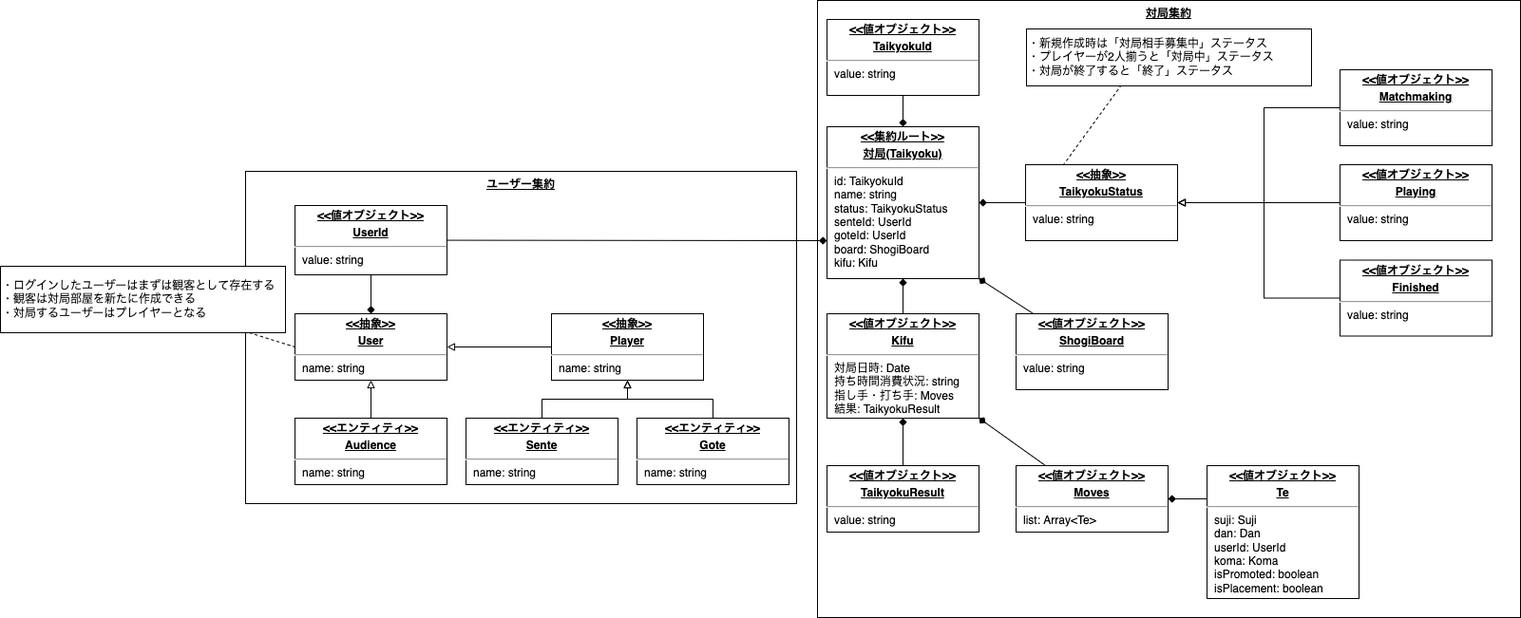
Before: doc/ドメインモデル図.drawio.png, a diagram exported from draw.io (naohiro-kumagai/shogi). Source tidied: cells renumbered, new cells last; positions are measured from the earlier drawing's top-left corner, leaving out a move shared by most shapes.
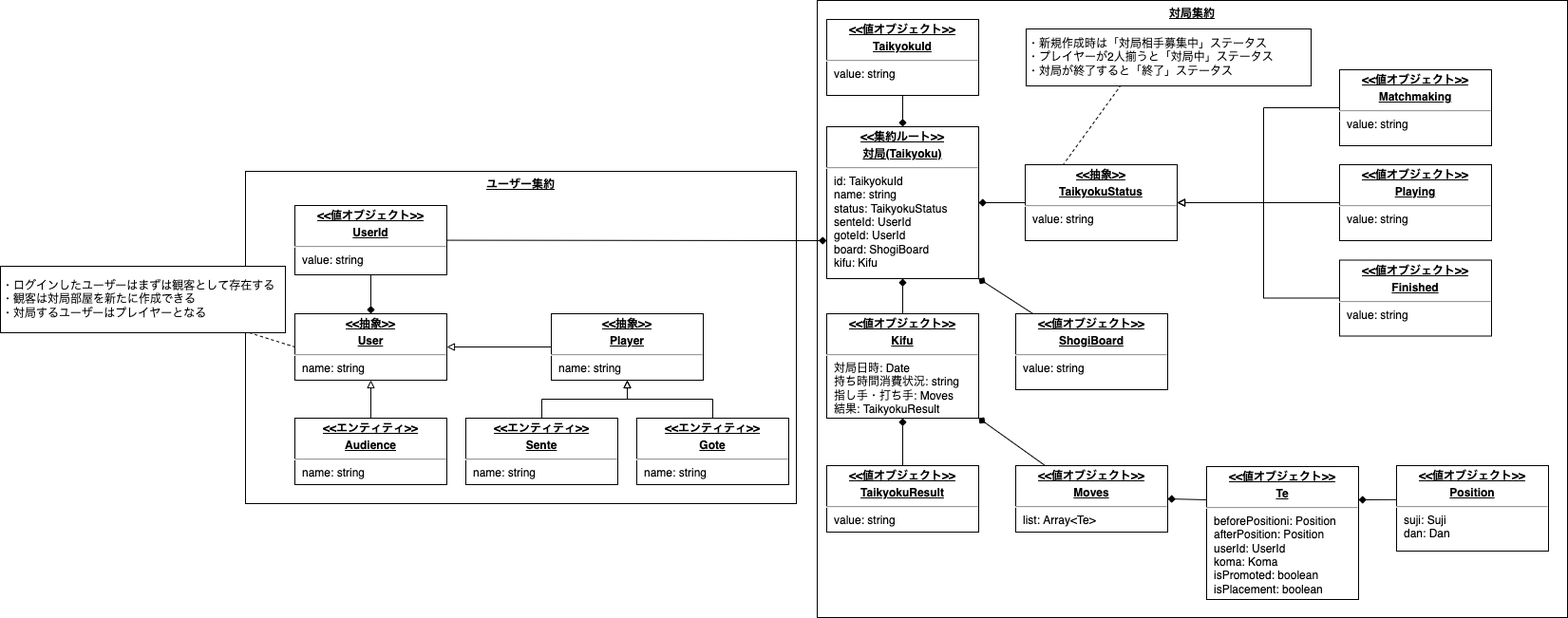
After the commit.

Commit message:
モデル図にPositionを追加

What changed in the source:
```diff
@@ -3,7 +3,7 @@
     <mxCell id="0" />
     <mxCell id="1" parent="0" />
     <mxCell id="2" value="&lt;b&gt;&lt;u&gt;対局集約&lt;/u&gt;&lt;/b&gt;" style="rounded=0;whiteSpace=wrap;html=1;fillColor=none;verticalAlign=top;" parent="1" vertex="1">
-      <mxGeometry x="860" width="740" height="650" as="geometry" />
+      <mxGeometry x="860" width="790" height="650" as="geometry" />
     </mxCell>
     <mxCell id="3" value="&lt;b&gt;&lt;u&gt;ユーザー集約&lt;/u&gt;&lt;/b&gt;" style="rounded=0;whiteSpace=wrap;html=1;fillColor=none;verticalAlign=top;" parent="1" vertex="1">
       <mxGeometry x="258" y="180" width="580" height="350" as="geometry" />
@@ -124,8 +124,8 @@
     <mxCell id="37" style="edgeStyle=none;html=1;entryX=1;entryY=0.5;entryDx=0;entryDy=0;endArrow=diamond;endFill=1;exitX=0;exitY=0.25;exitDx=0;exitDy=0;" parent="1" edge="1" source="38" target="40">
       <mxGeometry relative="1" as="geometry" />
     </mxCell>
-    <mxCell id="38" value="&lt;p style=&quot;margin:0px;margin-top:4px;text-align:center;text-decoration:underline;&quot;&gt;&lt;b&gt;&amp;lt;&amp;lt;値オブジェクト&amp;gt;&amp;gt;&lt;/b&gt;&lt;/p&gt;&lt;p style=&quot;margin:0px;margin-top:4px;text-align:center;text-decoration:underline;&quot;&gt;&lt;b&gt;Te&lt;/b&gt;&lt;/p&gt;&lt;hr&gt;&lt;p style=&quot;margin:0px;margin-left:8px;&quot;&gt;suji: Suji&lt;/p&gt;&lt;p style=&quot;margin:0px;margin-left:8px;&quot;&gt;dan: Dan&lt;/p&gt;&lt;p style=&quot;margin:0px;margin-left:8px;&quot;&gt;userId: UserId&lt;/p&gt;&lt;p style=&quot;margin:0px;margin-left:8px;&quot;&gt;koma: Koma&lt;/p&gt;&lt;p style=&quot;margin:0px;margin-left:8px;&quot;&gt;isPromoted: boolean&lt;/p&gt;&lt;p style=&quot;margin:0px;margin-left:8px;&quot;&gt;isPlacement: boolean&lt;/p&gt;" style="verticalAlign=top;align=left;overflow=fill;fontSize=12;fontFamily=Helvetica;html=1;" parent="1" vertex="1">
-      <mxGeometry x="1270" y="490" width="160" height="140" as="geometry" />
+    <mxCell id="38" value="&lt;p style=&quot;margin:0px;margin-top:4px;text-align:center;text-decoration:underline;&quot;&gt;&lt;b&gt;&amp;lt;&amp;lt;値オブジェクト&amp;gt;&amp;gt;&lt;/b&gt;&lt;/p&gt;&lt;p style=&quot;margin:0px;margin-top:4px;text-align:center;text-decoration:underline;&quot;&gt;&lt;b&gt;Te&lt;/b&gt;&lt;/p&gt;&lt;hr&gt;&lt;p style=&quot;margin:0px;margin-left:8px;&quot;&gt;beforePositioni: Position&lt;/p&gt;&lt;p style=&quot;margin:0px;margin-left:8px;&quot;&gt;afterPosition: Position&lt;/p&gt;&lt;p style=&quot;margin:0px;margin-left:8px;&quot;&gt;userId: UserId&lt;/p&gt;&lt;p style=&quot;margin:0px;margin-left:8px;&quot;&gt;koma: Koma&lt;/p&gt;&lt;p style=&quot;margin:0px;margin-left:8px;&quot;&gt;isPromoted: boolean&lt;/p&gt;&lt;p style=&quot;margin:0px;margin-left:8px;&quot;&gt;isPlacement: boolean&lt;/p&gt;" style="verticalAlign=top;align=left;overflow=fill;fontSize=12;fontFamily=Helvetica;html=1;" parent="1" vertex="1">
+      <mxGeometry x="1270" y="491" width="160" height="140" as="geometry" />
     </mxCell>
     <mxCell id="39" style="edgeStyle=none;html=1;entryX=1;entryY=1;entryDx=0;entryDy=0;endArrow=diamond;endFill=1;" parent="1" edge="1" source="40" target="34">
       <mxGeometry relative="1" as="geometry" />
@@ -133,5 +133,11 @@
     <mxCell id="40" value="&lt;p style=&quot;margin:0px;margin-top:4px;text-align:center;text-decoration:underline;&quot;&gt;&lt;b&gt;&amp;lt;&amp;lt;値オブジェクト&amp;gt;&amp;gt;&lt;/b&gt;&lt;/p&gt;&lt;p style=&quot;margin:0px;margin-top:4px;text-align:center;text-decoration:underline;&quot;&gt;&lt;b&gt;Moves&lt;/b&gt;&lt;/p&gt;&lt;hr&gt;&lt;p style=&quot;margin:0px;margin-left:8px;&quot;&gt;&lt;span style=&quot;background-color: initial;&quot;&gt;list: Array&amp;lt;Te&amp;gt;&lt;/span&gt;&lt;br&gt;&lt;/p&gt;" style="verticalAlign=top;align=left;overflow=fill;fontSize=12;fontFamily=Helvetica;html=1;" parent="1" vertex="1">
       <mxGeometry x="1069" y="490" width="160" height="70" as="geometry" />
     </mxCell>
+    <mxCell id="41" style="edgeStyle=none;html=1;entryX=1;entryY=0.25;entryDx=0;entryDy=0;endArrow=diamond;endFill=1;exitX=0.001;exitY=0.398;exitDx=0;exitDy=0;exitPerimeter=0;" parent="1" edge="1" source="42" target="38">
+      <mxGeometry relative="1" as="geometry" />
+    </mxCell>
+    <mxCell id="42" value="&lt;p style=&quot;margin:0px;margin-top:4px;text-align:center;text-decoration:underline;&quot;&gt;&lt;b&gt;&amp;lt;&amp;lt;値オブジェクト&amp;gt;&amp;gt;&lt;/b&gt;&lt;/p&gt;&lt;p style=&quot;margin:0px;margin-top:4px;text-align:center;text-decoration:underline;&quot;&gt;&lt;b&gt;Position&lt;/b&gt;&lt;/p&gt;&lt;hr&gt;&lt;p style=&quot;margin:0px;margin-left:8px;&quot;&gt;suji: Suji&lt;/p&gt;&lt;p style=&quot;margin:0px;margin-left:8px;&quot;&gt;dan: Dan&lt;/p&gt;" style="verticalAlign=top;align=left;overflow=fill;fontSize=12;fontFamily=Helvetica;html=1;" parent="1" vertex="1">
+      <mxGeometry x="1470" y="490" width="160" height="90" as="geometry" />
+    </mxCell>
   </root>
 </mxGraphModel>
```
